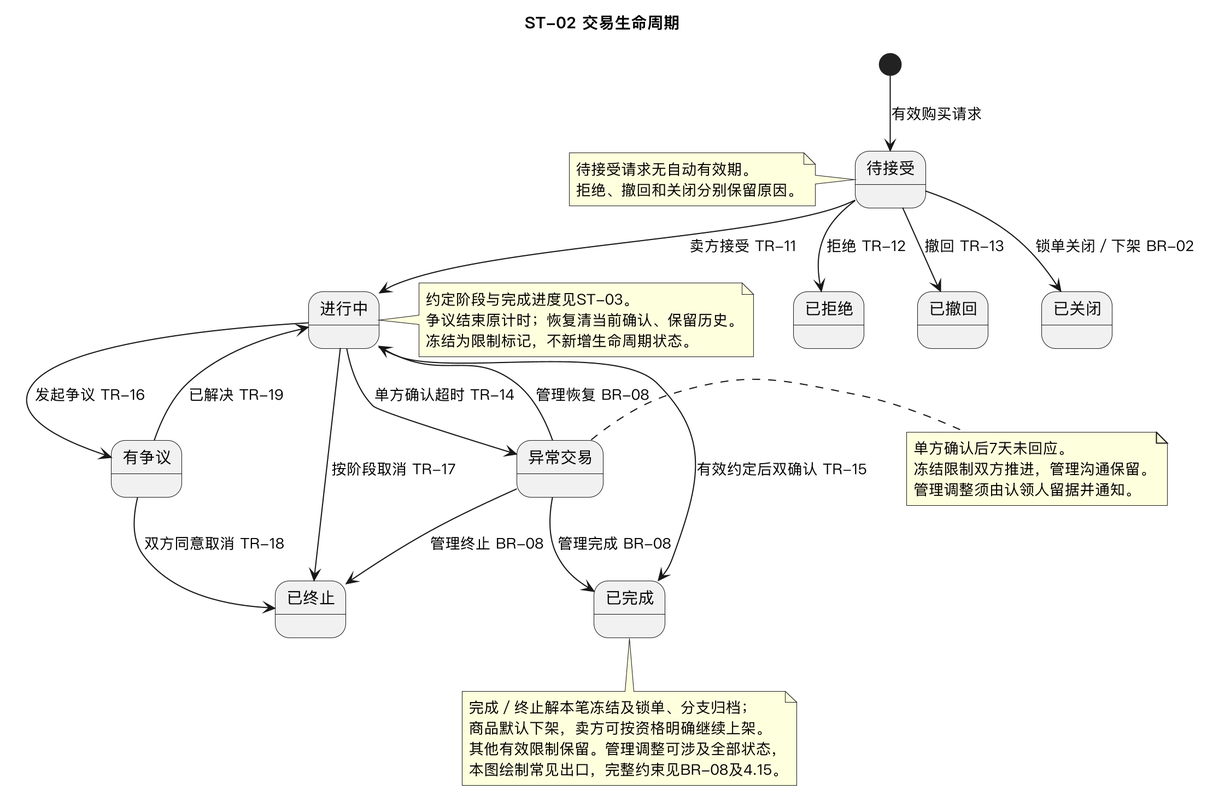
The PlantUML diagram docs/appendices/rendered/ST-02-交易状态图.png in iy88/se-course-project-1, before a commit.
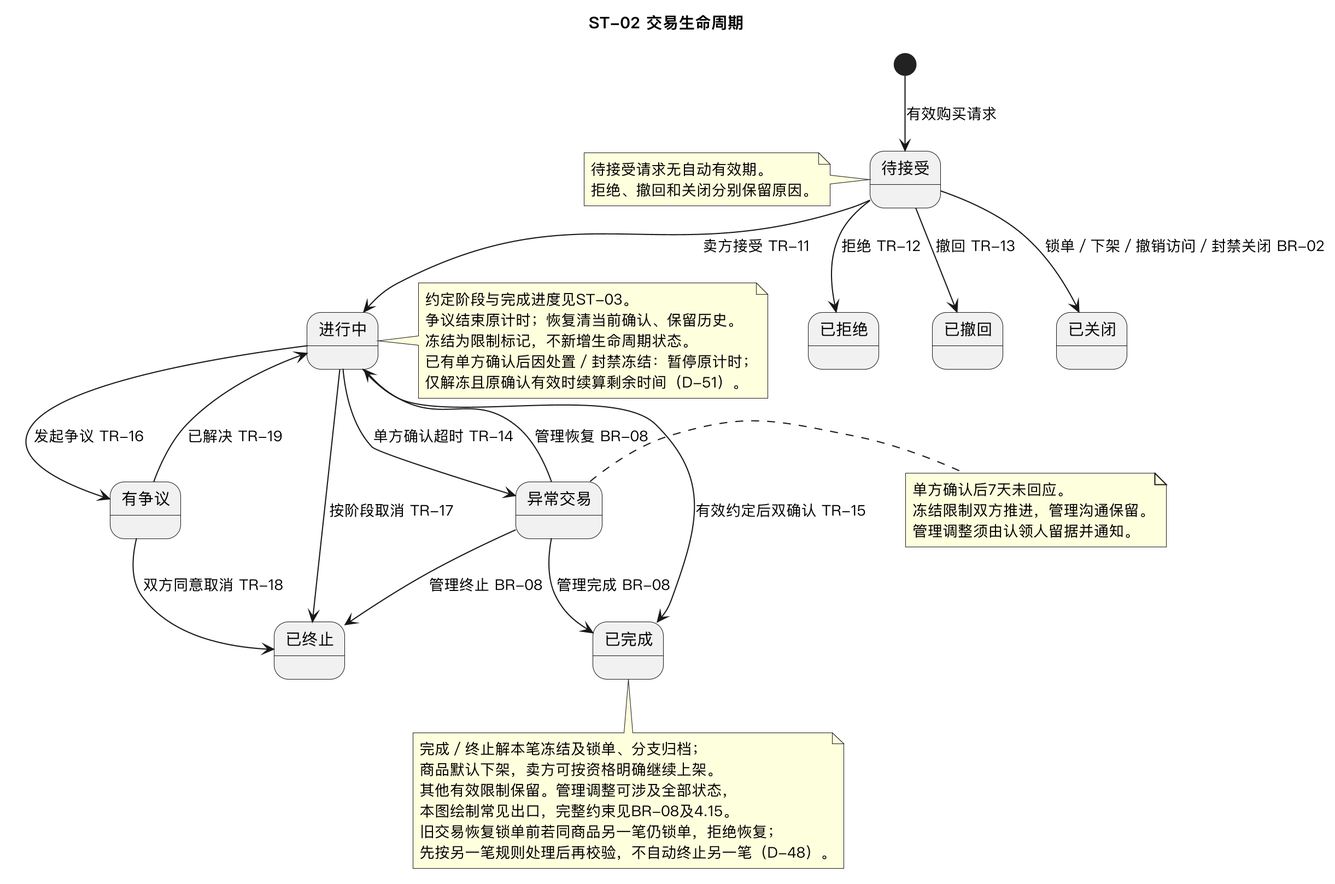
After the commit.

The edit, as a diff of the source:
```diff
@@ -20,7 +20,7 @@
 Pending --> Ongoing : 卖方接受 TR-11
 Pending --> Refused : 拒绝 TR-12
 Pending --> Withdrawn : 撤回 TR-13
-Pending --> Closed : 锁单关闭／下架 BR-02
+Pending --> Closed : 锁单／下架／撤销访问／封禁关闭 BR-02
 Ongoing --> Completed : 有效约定后双确认 TR-15
 Ongoing --> Terminated : 按阶段取消 TR-17
 Ongoing --> Disputed : 发起争议 TR-16
@@ -38,6 +38,8 @@
 约定阶段与完成进度见ST-03。
 争议结束原计时；恢复清当前确认、保留历史。
 冻结为限制标记，不新增生命周期状态。
+已有单方确认后因处置／封禁冻结：暂停原计时；
+仅解冻且原确认有效时续算剩余时间（D-51）。
 end note
 note right of Abnormal
 单方确认后7天未回应。
@@ -49,5 +51,7 @@
 商品默认下架，卖方可按资格明确继续上架。
 其他有效限制保留。管理调整可涉及全部状态，
 本图绘制常见出口，完整约束见BR-08及4.15。
+旧交易恢复锁单前若同商品另一笔仍锁单，拒绝恢复；
+先按另一笔规则处理后再校验，不自动终止另一笔（D-48）。
 end note
 @enduml
```
